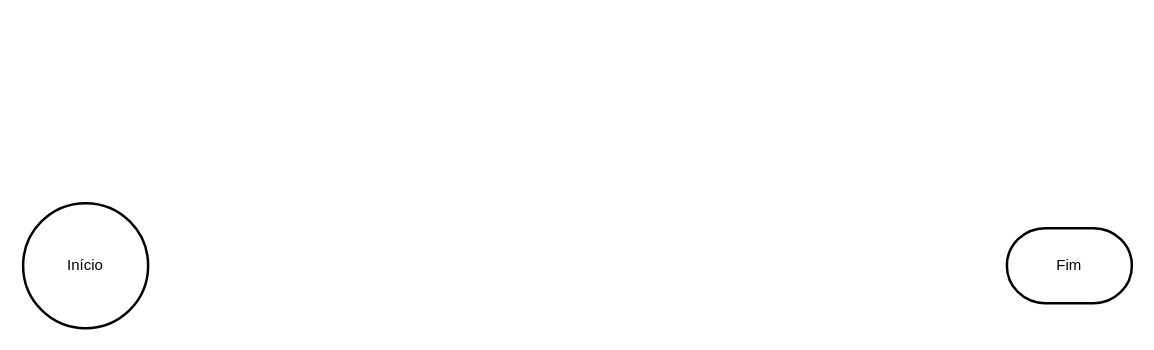
Before: Diagrama de Redes.drawio in Kauasevergnini2475/Projetos-de-Software, a draw.io diagram. Source tidied: cells renumbered, new cells numbered last; positions are measured from the earlier drawing's top-left corner, leaving out a move shared by most shapes. Both pictures are drawn from the tidied source at 125%, with x=0, y=0 at pixel (22, 202).
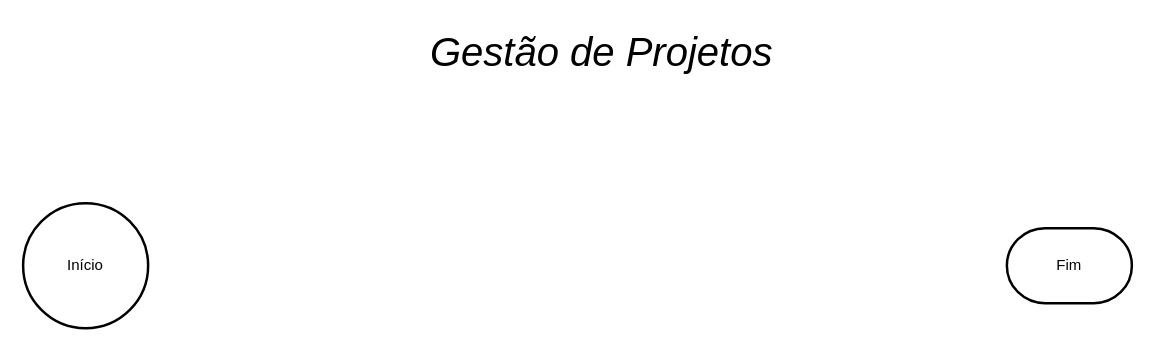
After the change.

The edit, as a diff of the source:
```diff
@@
 <mxGraphModel>
   <root>
     <mxCell id="0" />
     <mxCell id="1" parent="0" />
     <mxCell id="2" value="Início" style="strokeWidth=2;html=1;shape=mxgraph.flowchart.start_2;whiteSpace=wrap;" parent="1" vertex="1">
       <mxGeometry width="100" height="100" as="geometry" />
     </mxCell>
     <mxCell id="3" value="Fim" style="strokeWidth=2;html=1;shape=mxgraph.flowchart.terminator;whiteSpace=wrap;" parent="1" vertex="1">
       <mxGeometry x="787" y="20" width="100" height="60" as="geometry" />
     </mxCell>
+    <mxCell id="4" value="Gestão de Projetos" style="text;strokeColor=none;fillColor=none;align=left;verticalAlign=middle;spacingLeft=4;spacingRight=4;overflow=hidden;whiteSpace=wrap;html=1;perimeterSpacing=0;fontSize=32;fontStyle=2;" parent="1" vertex="1">
+      <mxGeometry x="320" y="-145" width="310" height="50" as="geometry" />
+    </mxCell>
   </root>
 </mxGraphModel>
```
